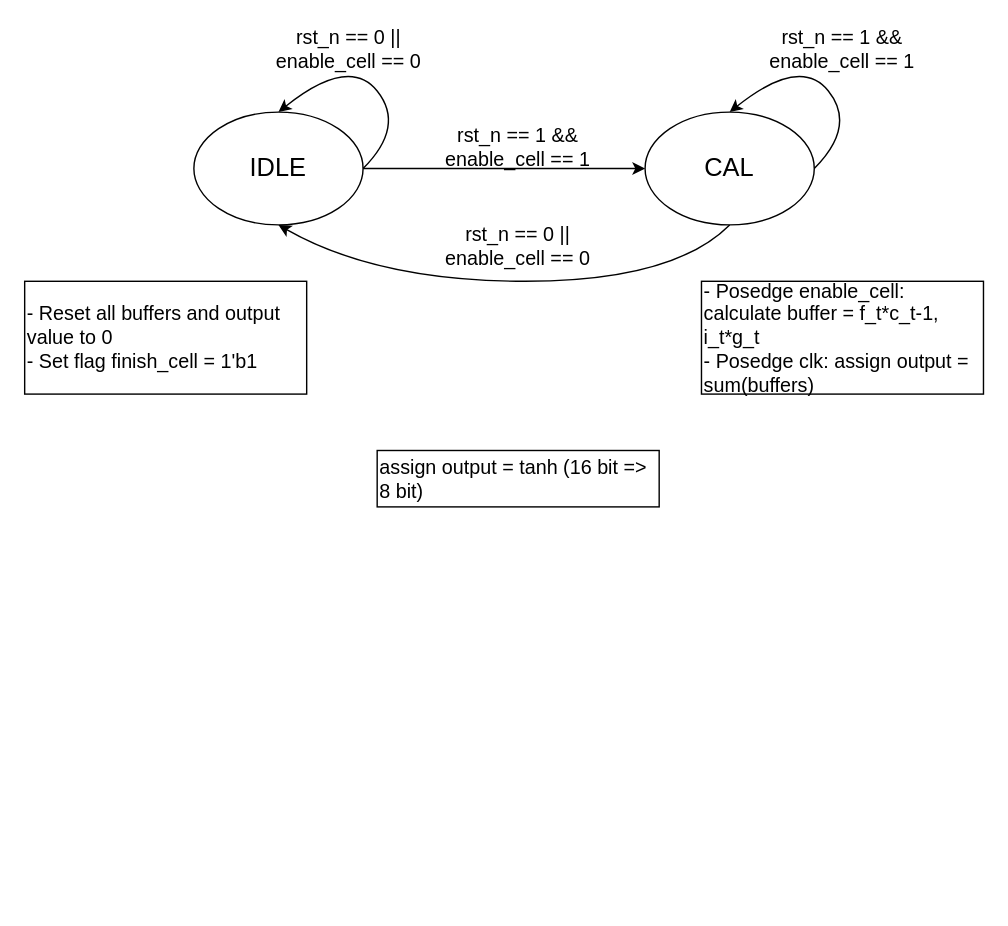
This is page "CAL_CELL state" (9 of 10) of doc/LSTMAccelerator.drawio from newfrogg/LSTMAccelerator, a draw.io file, before an edit. Source tidied: cells renumbered, new cells numbered last; positions are measured from the earlier drawing's top-left corner, leaving out a move shared by most shapes. Both pictures are drawn from the tidied source at 141%, with x=0, y=0 at pixel (24, 27).
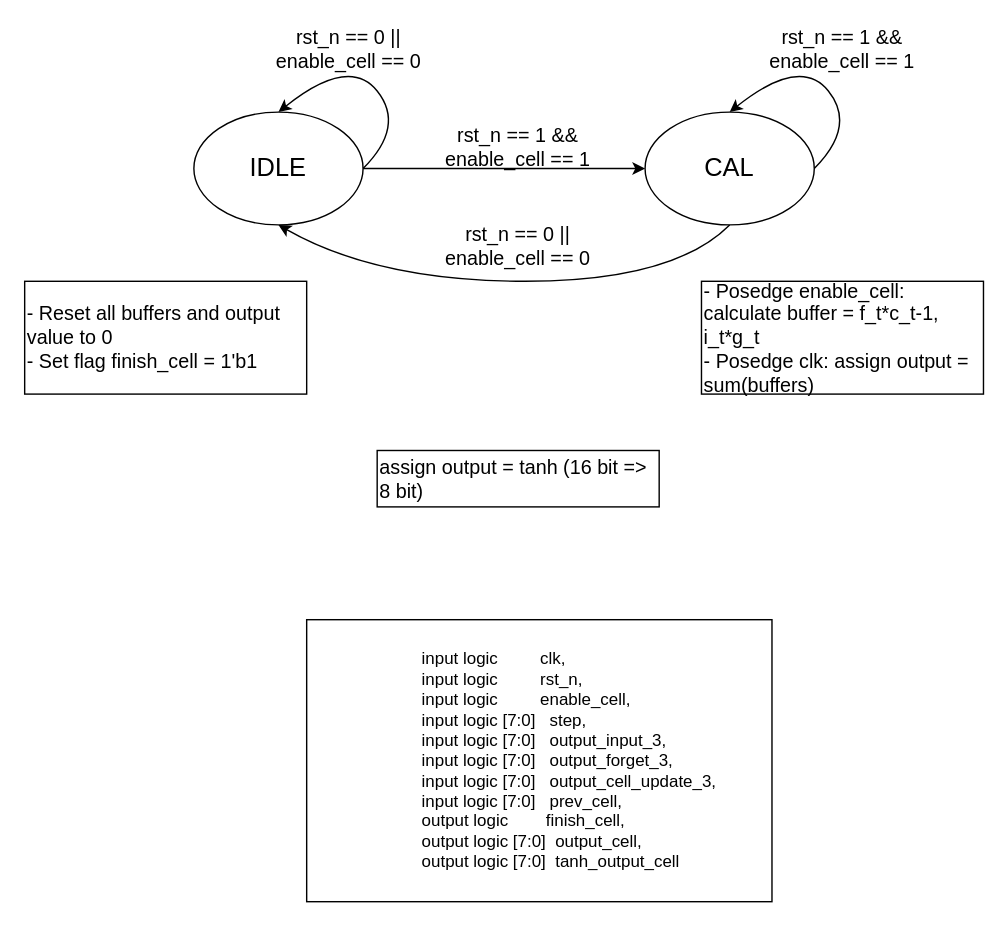
The same diagram, later.

The edit, as a diff of the source:
```diff
@@
+    <mxCell id="15" value="&lt;div&gt;&lt;span style=&quot;white-space: pre;&quot;&gt;&#9;&lt;/span&gt;&lt;span style=&quot;white-space: pre;&quot;&gt;&#9;&lt;/span&gt;&lt;span style=&quot;white-space: pre;&quot;&gt;&#9;&lt;/span&gt;input logic&amp;nbsp; &amp;nbsp; &amp;nbsp; &amp;nbsp; &amp;nbsp;clk,&lt;/div&gt;&lt;div&gt;&amp;nbsp; &amp;nbsp; &amp;nbsp; &amp;nbsp; &amp;nbsp; &amp;nbsp; &amp;nbsp; &amp;nbsp; &amp;nbsp; &amp;nbsp; &amp;nbsp; &amp;nbsp; input logic&amp;nbsp; &amp;nbsp; &amp;nbsp; &amp;nbsp; &amp;nbsp;rst_n,&lt;/div&gt;&lt;div&gt;&amp;nbsp; &amp;nbsp; &amp;nbsp; &amp;nbsp; &amp;nbsp; &amp;nbsp; &amp;nbsp; &amp;nbsp; &amp;nbsp; &amp;nbsp; &amp;nbsp; &amp;nbsp; input logic&amp;nbsp; &amp;nbsp; &amp;nbsp; &amp;nbsp; &amp;nbsp;enable_cell,&lt;/div&gt;&lt;div&gt;&amp;nbsp; &amp;nbsp; &amp;nbsp; &amp;nbsp; &amp;nbsp; &amp;nbsp; &amp;nbsp; &amp;nbsp; &amp;nbsp; &amp;nbsp; &amp;nbsp; &amp;nbsp; input logic [7:0]&amp;nbsp; &amp;nbsp;step,&lt;/div&gt;&lt;div&gt;&amp;nbsp; &amp;nbsp; &amp;nbsp; &amp;nbsp; &amp;nbsp; &amp;nbsp; &amp;nbsp; &amp;nbsp; &amp;nbsp; &amp;nbsp; &amp;nbsp; &amp;nbsp; input logic [7:0]&amp;nbsp; &amp;nbsp;output_input_3,&lt;/div&gt;&lt;div&gt;&amp;nbsp; &amp;nbsp; &amp;nbsp; &amp;nbsp; &amp;nbsp; &amp;nbsp; &amp;nbsp; &amp;nbsp; &amp;nbsp; &amp;nbsp; &amp;nbsp; &amp;nbsp; input logic [7:0]&amp;nbsp; &amp;nbsp;output_forget_3,&lt;/div&gt;&lt;div&gt;&amp;nbsp; &amp;nbsp; &amp;nbsp; &amp;nbsp; &amp;nbsp; &amp;nbsp; &amp;nbsp; &amp;nbsp; &amp;nbsp; &amp;nbsp; &amp;nbsp; &amp;nbsp; input logic [7:0]&amp;nbsp; &amp;nbsp;output_cell_update_3,&lt;/div&gt;&lt;div&gt;&amp;nbsp; &amp;nbsp; &amp;nbsp; &amp;nbsp; &amp;nbsp; &amp;nbsp; &amp;nbsp; &amp;nbsp; &amp;nbsp; &amp;nbsp; &amp;nbsp; &amp;nbsp; input logic [7:0]&amp;nbsp; &amp;nbsp;prev_cell,&lt;/div&gt;&lt;div&gt;&amp;nbsp; &amp;nbsp; &amp;nbsp; &amp;nbsp; &amp;nbsp; &amp;nbsp; &amp;nbsp; &amp;nbsp; &amp;nbsp; &amp;nbsp; &amp;nbsp; &amp;nbsp; output logic&amp;nbsp; &amp;nbsp; &amp;nbsp; &amp;nbsp; finish_cell,&lt;/div&gt;&lt;div&gt;&amp;nbsp; &amp;nbsp; &amp;nbsp; &amp;nbsp; &amp;nbsp; &amp;nbsp; &amp;nbsp; &amp;nbsp; &amp;nbsp; &amp;nbsp; &amp;nbsp; &amp;nbsp; output logic [7:0]&amp;nbsp; output_cell,&lt;/div&gt;&lt;div&gt;&amp;nbsp; &amp;nbsp; &amp;nbsp; &amp;nbsp; &amp;nbsp; &amp;nbsp; &amp;nbsp; &amp;nbsp; &amp;nbsp; &amp;nbsp; &amp;nbsp; &amp;nbsp; output logic [7:0]&amp;nbsp; tanh_output_cell&lt;/div&gt;" style="rounded=0;whiteSpace=wrap;html=1;align=left;" parent="1" vertex="1">
+      <mxGeometry x="200" y="420" width="330" height="200" as="geometry" />
+    </mxCell>
```
